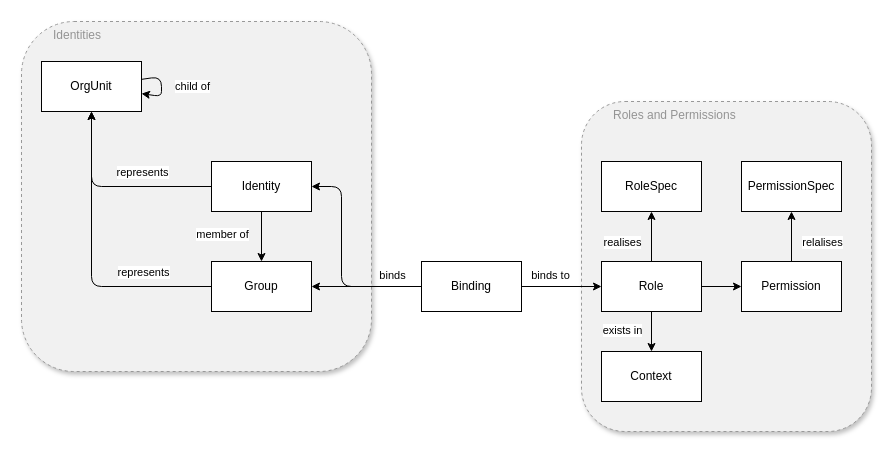
Before: page "p2: IAM" (6 of 12) of content/docs/model/images/model-entities.drawio in emeland-io/book, a draw.io diagram. Source tidied: cells renumbered, new cells numbered last; positions are measured from the earlier drawing's top-left corner, leaving out a move shared by most shapes. Both pictures are drawn from the tidied source at 100%, with x=0, y=0 at pixel (21, 21).
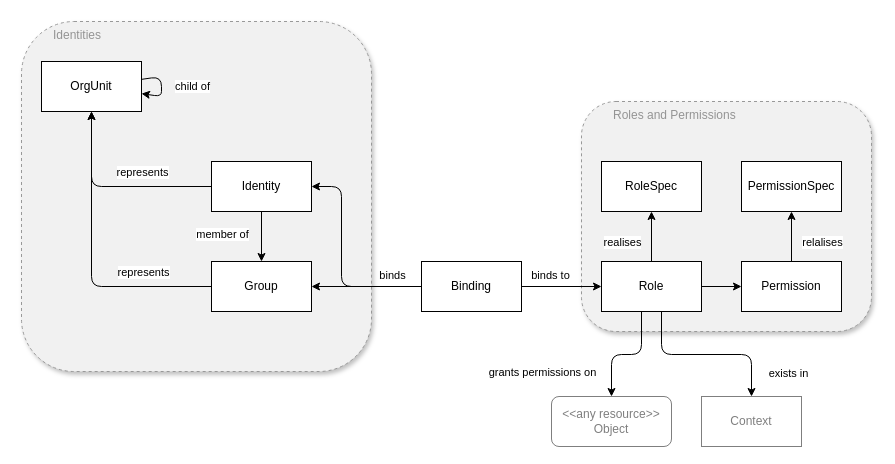
After the change.

Commit message (it also covers changes not shown here):
fix diagrams. The description remains a future task

Unchanged cells that the change refers to:
```xml
<mxCell id="26" value="Role" style="rounded=0;whiteSpace=wrap;html=1;" parent="1" vertex="1">
  <mxGeometry x="580" y="240" width="100" height="50" as="geometry" />
</mxCell>
```

The edit, as a diff of the source:
```diff
@@
     <mxCell id="3" value="Roles and Permissions" style="rounded=1;whiteSpace=wrap;html=1;fillColor=#F1F1F1;shadow=1;strokeColor=#999999;dashed=1;align=left;verticalAlign=top;spacingLeft=30;fontColor=#949494;" parent="1" vertex="1">
-      <mxGeometry x="560" y="80" width="290" height="330" as="geometry" />
+      <mxGeometry x="560" y="80" width="290" height="230" as="geometry" />
     </mxCell>
@@
     <mxCell id="21" style="edgeStyle=orthogonalEdgeStyle;shape=connector;rounded=1;html=1;strokeColor=default;align=center;verticalAlign=middle;fontFamily=Helvetica;fontSize=11;fontColor=default;labelBackgroundColor=default;endArrow=classic;" parent="1" edge="1" source="26" target="32">
-      <mxGeometry relative="1" as="geometry" />
+      <mxGeometry relative="1" as="geometry">
+        <Array as="points">
+          <mxPoint x="640" y="333" />
+          <mxPoint x="730" y="333" />
+        </Array>
+      </mxGeometry>
     </mxCell>
     <mxCell id="22" value="exists in" style="edgeLabel;html=1;align=center;verticalAlign=middle;fontFamily=Helvetica;fontSize=11;fontColor=default;labelBackgroundColor=default;" parent="21" vertex="1">
       <mxGeometry x="-0.1" y="-2" relative="1" as="geometry">
-        <mxPoint x="-28" as="offset" />
+        <mxPoint x="90" y="16" as="offset" />
       </mxGeometry>
     </mxCell>
@@
+    <mxCell id="33" style="edgeStyle=orthogonalEdgeStyle;html=1;" parent="1" edge="1" source="26" target="35">
+      <mxGeometry relative="1" as="geometry">
+        <Array as="points">
+          <mxPoint x="620" y="333" />
+          <mxPoint x="590" y="333" />
+        </Array>
+      </mxGeometry>
+    </mxCell>
+    <mxCell id="34" value="grants permissions on" style="edgeLabel;html=1;align=center;verticalAlign=middle;" parent="33" vertex="1">
+      <mxGeometry x="0.5" relative="1" as="geometry">
+        <mxPoint x="-70" y="4" as="offset" />
+      </mxGeometry>
+    </mxCell>
@@
-    <mxCell id="32" value="Context" style="rounded=0;whiteSpace=wrap;html=1;" parent="1" vertex="1">
-      <mxGeometry x="580" y="330" width="100" height="50" as="geometry" />
+    <mxCell id="32" value="Context" style="rounded=0;whiteSpace=wrap;html=1;opacity=50;textOpacity=50;" parent="1" vertex="1">
+      <mxGeometry x="680" y="375" width="100" height="50" as="geometry" />
     </mxCell>
+    <mxCell id="35" value="&amp;lt;&amp;lt;any resource&amp;gt;&amp;gt;&lt;div&gt;Object&lt;/div&gt;" style="rounded=1;whiteSpace=wrap;html=1;opacity=50;textOpacity=50;" parent="1" vertex="1">
+      <mxGeometry x="530" y="375" width="120" height="50" as="geometry" />
+    </mxCell>
```
